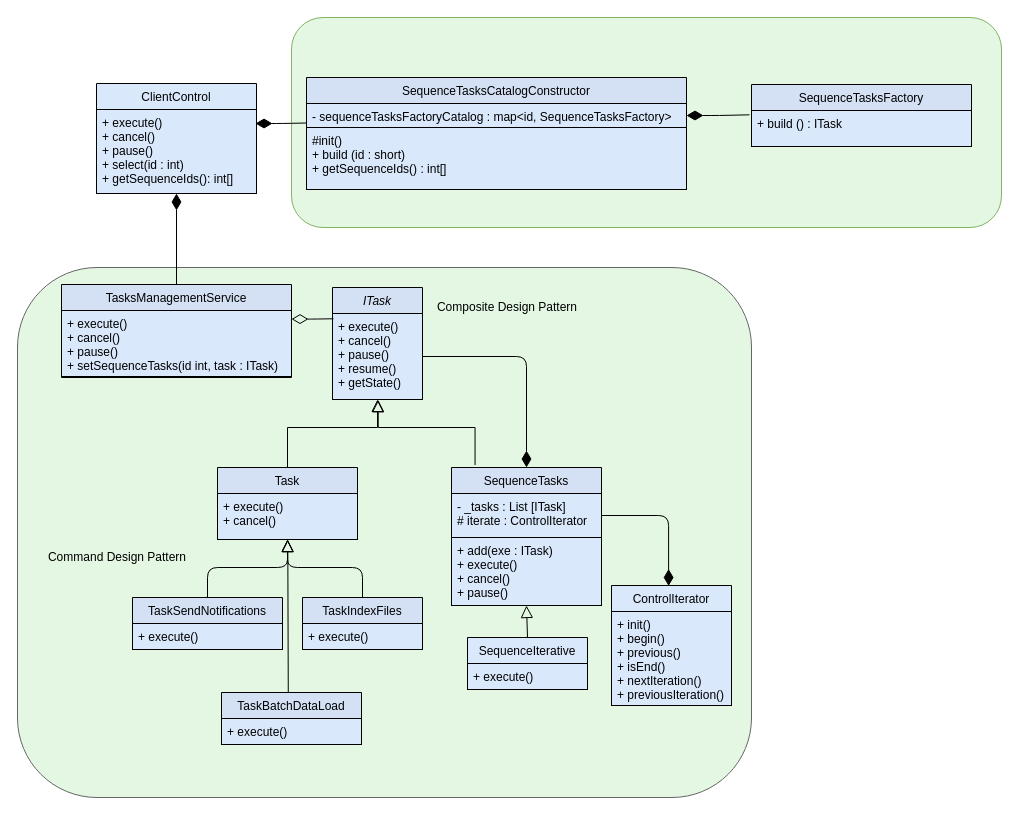
Before: design/TaskManagementService.drawio in cguz/task-management-service, a draw.io diagram. Source tidied: cells renumbered, new cells numbered last; positions are measured from the earlier drawing's top-left corner, leaving out a move shared by most shapes. Both pictures are drawn from the tidied source at 100%, with x=0, y=0 at pixel (17, 17).
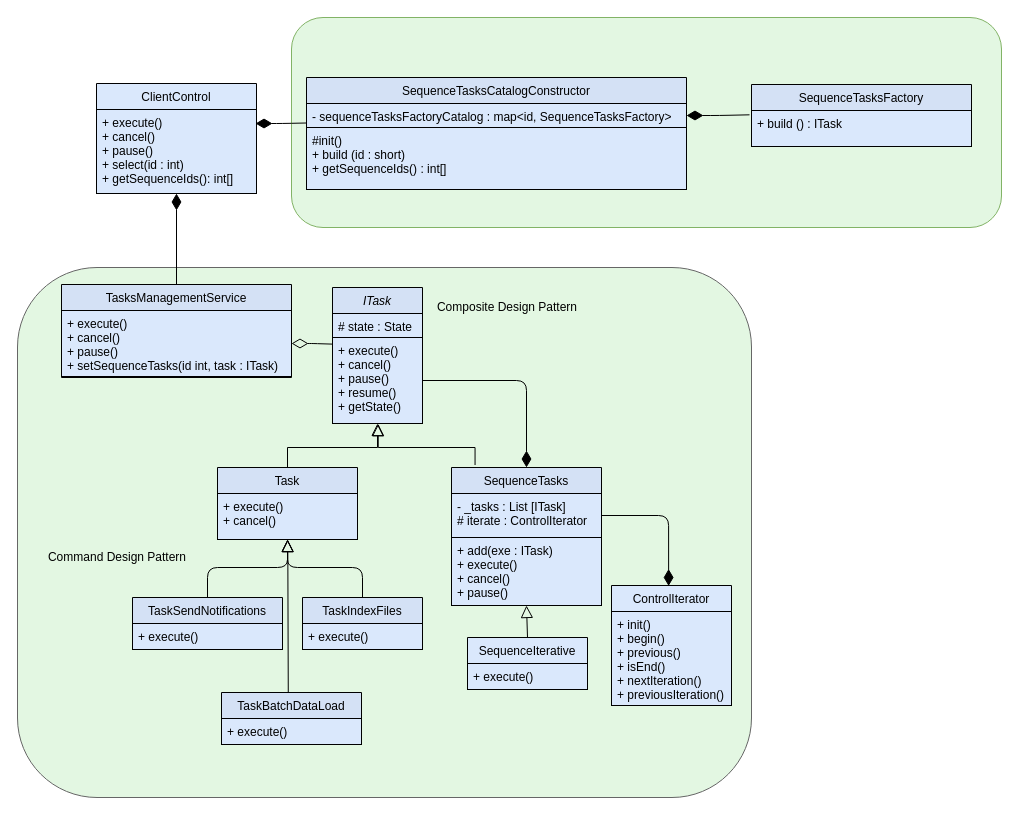
The same diagram, later.

The change refers to these unchanged cells:
```xml
<mxCell id="6" value="Task" style="swimlane;fontStyle=0;align=center;verticalAlign=top;horizontal=1;startSize=26;rounded=0;shadow=0;strokeWidth=1;fillColor=#D4E1F5;" parent="1" vertex="1">
  <mxGeometry x="200" y="450" width="140" height="72" as="geometry" />
</mxCell>
<mxCell id="14" value="SequenceTasks" style="swimlane;fontStyle=0;align=center;verticalAlign=top;horizontal=1;startSize=26;rounded=0;shadow=0;strokeWidth=1;fillColor=#D4E1F5;" parent="1" vertex="1">
  <mxGeometry x="434" y="450" width="150" height="138" as="geometry" />
</mxCell>
<mxCell id="28" value="+ execute()&#10;+ cancel()&#10;+ pause()&#10;+ setSequenceTasks(id int, task : ITask)" style="text;align=left;verticalAlign=top;spacingLeft=4;spacingRight=4;overflow=hidden;points=[[0,0.5],[1,0.5]];portConstraint=eastwest;fillColor=#dae8fc;strokeColor=#000000;" parent="27" vertex="1">
  <mxGeometry y="26" width="230" height="66" as="geometry" />
</mxCell>
```

Change to the diagram source:
```diff
@@
     <mxCell id="4" value="ITask" style="swimlane;fontStyle=2;align=center;verticalAlign=top;horizontal=1;startSize=26;rounded=0;shadow=0;strokeWidth=1;fillColor=#D4E1F5;" parent="1" vertex="1">
-      <mxGeometry x="315" y="270" width="90" height="112" as="geometry" />
+      <mxGeometry x="315" y="270" width="90" height="136" as="geometry" />
     </mxCell>
+    <mxCell id="44" value="# state : State" style="text;align=left;verticalAlign=top;spacingLeft=4;spacingRight=4;overflow=hidden;fontStyle=0;fillColor=#dae8fc;strokeColor=#000000;" parent="4" vertex="1">
+      <mxGeometry y="26" width="90" height="24" as="geometry" />
+    </mxCell>
     <mxCell id="5" value="+ execute()&#10;+ cancel()&#10;+ pause()&#10;+ resume()&#10;+ getState()" style="text;align=left;verticalAlign=top;spacingLeft=4;spacingRight=4;overflow=hidden;points=[[0,0.5],[1,0.5]];portConstraint=eastwest;fillColor=#dae8fc;strokeColor=#000000;" parent="4" vertex="1">
-      <mxGeometry y="26" width="90" height="86" as="geometry" />
+      <mxGeometry y="50" width="90" height="86" as="geometry" />
     </mxCell>
@@
     <mxCell id="8" style="endArrow=block;endSize=10;endFill=0;shadow=0;strokeWidth=1;rounded=0;edgeStyle=elbowEdgeStyle;elbow=vertical;" parent="1" edge="1" source="6" target="4">
       <mxGeometry relative="1" as="geometry">
         <Array as="points">
-          <mxPoint x="270" y="410" />
+          <mxPoint x="270" y="430" />
         </Array>
       </mxGeometry>
     </mxCell>
@@
-    <mxCell id="29" style="endArrow=none;html=1;endSize=12;startArrow=diamondThin;startSize=14;startFill=0;edgeStyle=orthogonalEdgeStyle;align=left;verticalAlign=bottom;exitX=1;exitY=0.13;exitDx=0;exitDy=0;exitPerimeter=0;entryX=0.011;entryY=0.061;entryDx=0;entryDy=0;entryPerimeter=0;endFill=0;" parent="1" edge="1" source="28" target="5">
+    <mxCell id="29" style="endArrow=none;html=1;endSize=12;startArrow=diamondThin;startSize=14;startFill=0;edgeStyle=orthogonalEdgeStyle;align=left;verticalAlign=bottom;entryX=0;entryY=0.077;entryDx=0;entryDy=0;entryPerimeter=0;endFill=0;" parent="1" edge="1" source="28" target="5">
       <mxGeometry x="-1" y="3" relative="1" as="geometry" />
     </mxCell>
@@
     <mxCell id="40" style="endArrow=block;endSize=10;endFill=0;shadow=0;strokeWidth=1;rounded=0;edgeStyle=elbowEdgeStyle;elbow=vertical;exitX=0.157;exitY=-0.018;exitDx=0;exitDy=0;exitPerimeter=0;entryX=0.508;entryY=1.003;entryDx=0;entryDy=0;entryPerimeter=0;" parent="1" edge="1" source="14" target="5">
       <mxGeometry relative="1" as="geometry">
         <Array as="points">
-          <mxPoint x="420" y="410" />
+          <mxPoint x="404" y="430" />
         </Array>
       </mxGeometry>
     </mxCell>
```
